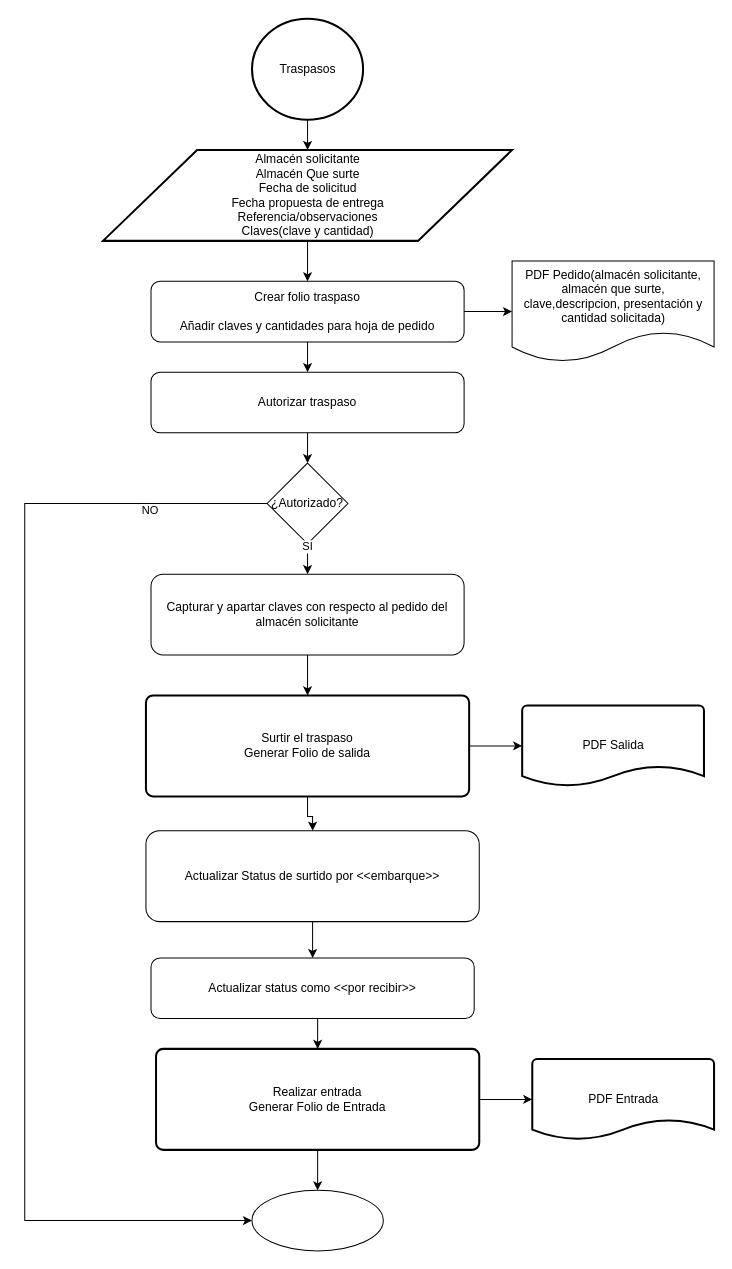
Before: TraspasosEmpresa.drawio in ErnestoDanielTafoyaMolinaCYM/clases-cat-cym, a draw.io diagram. Source tidied: cells renumbered, new cells numbered last; positions are measured from the earlier drawing's top-left corner, leaving out a move shared by most shapes. Both pictures are drawn from the tidied source at 101%, with x=0, y=0 at pixel (24, 18).
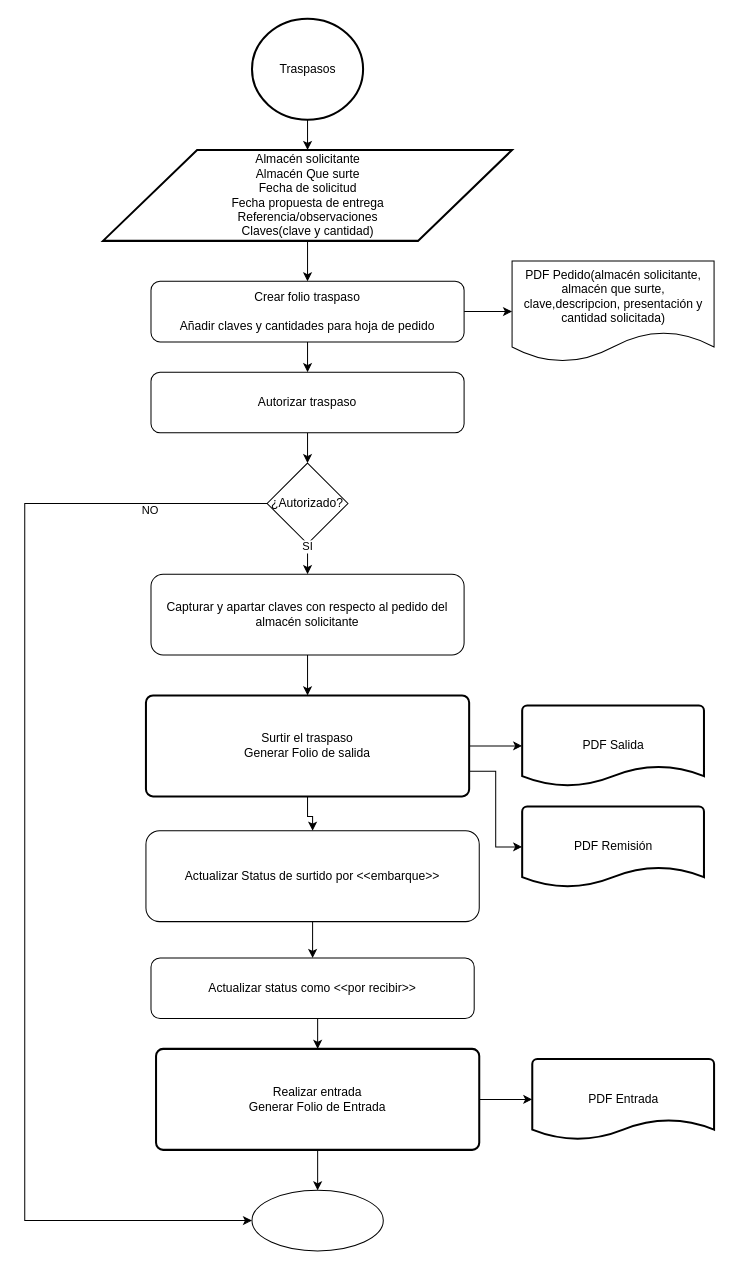
Above is the later version.

Unchanged cells that the change refers to:
```xml
<mxCell id="6" value="Surtir el traspaso&lt;div&gt;Generar Folio de salida&lt;/div&gt;" style="rounded=1;whiteSpace=wrap;html=1;absoluteArcSize=1;arcSize=14;strokeWidth=2;" parent="1" vertex="1">
  <mxGeometry x="120" y="670" width="320" height="100" as="geometry" />
</mxCell>
```

Diff of the diagram source:
```diff
@@
+    <mxCell id="33" value="PDF Remisión" style="strokeWidth=2;html=1;shape=mxgraph.flowchart.document2;whiteSpace=wrap;size=0.25;" parent="1" vertex="1">
+      <mxGeometry x="492.5" y="780" width="180" height="80" as="geometry" />
+    </mxCell>
+    <mxCell id="34" style="edgeStyle=orthogonalEdgeStyle;rounded=0;jettySize=auto;html=1;exitX=1;exitY=0.75;exitDx=0;exitDy=0;entryX=0;entryY=0.5;entryDx=0;entryDy=0;entryPerimeter=0;" parent="1" edge="1" source="6" target="33">
+      <mxGeometry relative="1" as="geometry" />
+    </mxCell>
```
